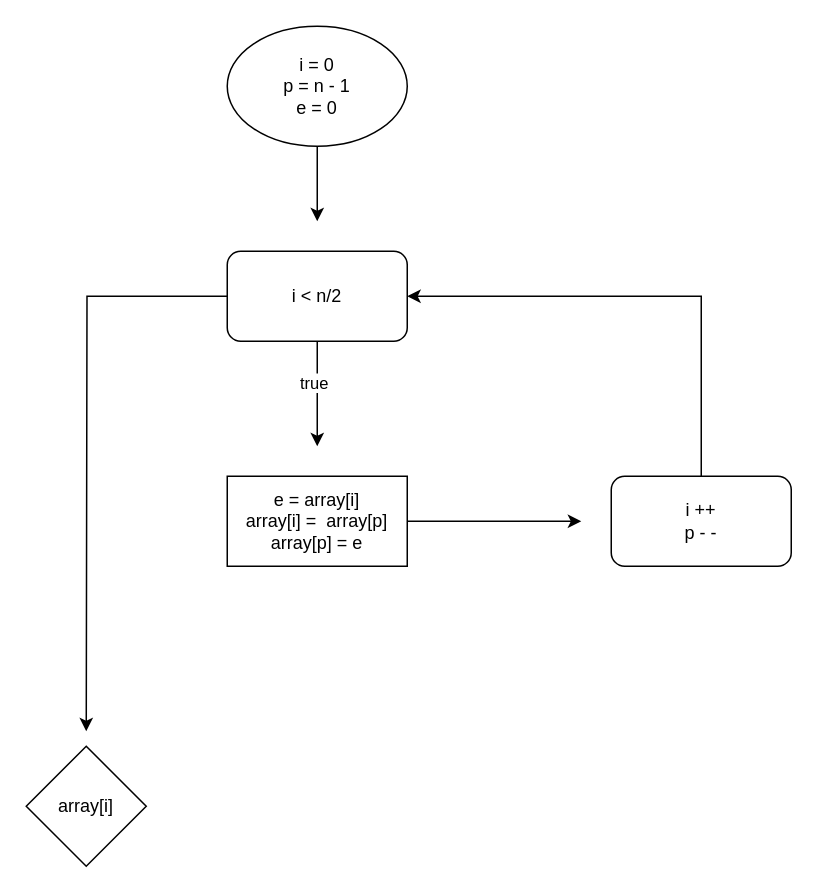
junHyeokP/Algorithm keeps this draw.io diagram as 제목 없는 다이어그램.drawio. Above is the earlier version. Source tidied: cells renumbered, new cells numbered last; positions are measured from the earlier drawing's top-left corner, leaving out a move shared by most shapes. Both pictures are drawn from the tidied source at 150%, with x=0, y=0 at pixel (26, 26).
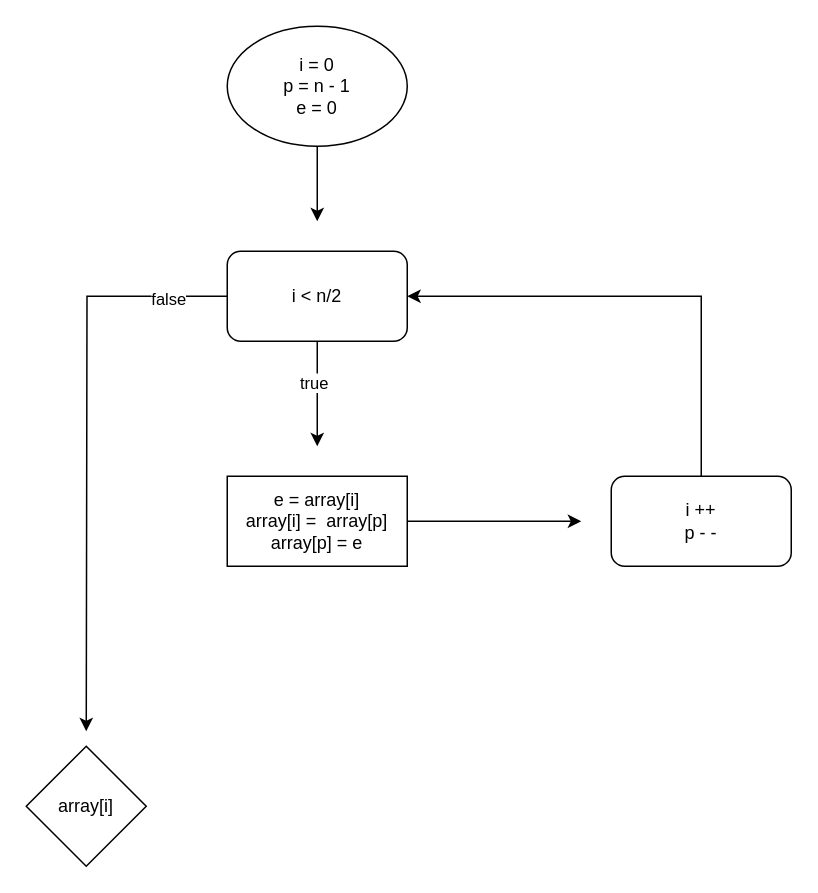
The same page after the edit.

What changed in the source:
```diff
@@
 <mxGraphModel>
   <root>
     <mxCell id="0" />
     <mxCell id="1" parent="0" />
     <mxCell id="2" style="edgeStyle=orthogonalEdgeStyle;rounded=0;jettySize=auto;html=1;exitX=0.5;exitY=1;exitDx=0;exitDy=0;" parent="1" edge="1" source="3">
       <mxGeometry relative="1" as="geometry">
         <mxPoint x="194" y="130" as="targetPoint" />
       </mxGeometry>
     </mxCell>
     <mxCell id="3" value="&lt;div&gt;i = 0&lt;/div&gt;&lt;div&gt;p = n - 1&lt;/div&gt;&lt;div&gt;e = 0&lt;/div&gt;" style="ellipse;whiteSpace=wrap;html=1;" parent="1" vertex="1">
       <mxGeometry x="134" width="120" height="80" as="geometry" />
     </mxCell>
     <mxCell id="4" style="edgeStyle=orthogonalEdgeStyle;rounded=0;jettySize=auto;html=1;exitX=0.5;exitY=1;exitDx=0;exitDy=0;" parent="1" edge="1" source="7">
       <mxGeometry relative="1" as="geometry">
         <mxPoint x="194" y="280" as="targetPoint" />
       </mxGeometry>
     </mxCell>
     <mxCell id="5" value="true" style="edgeLabel;html=1;align=center;verticalAlign=middle;" parent="4" vertex="1">
       <mxGeometry x="-0.23" y="-3" relative="1" as="geometry" />
     </mxCell>
     <mxCell id="6" style="edgeStyle=orthogonalEdgeStyle;rounded=0;jettySize=auto;html=1;exitX=0;exitY=0.5;exitDx=0;exitDy=0;" parent="1" edge="1" source="7">
       <mxGeometry relative="1" as="geometry">
         <mxPoint x="40" y="470" as="targetPoint" />
       </mxGeometry>
     </mxCell>
+    <mxCell id="13" value="false" style="edgeLabel;html=1;align=center;verticalAlign=middle;" parent="6" vertex="1">
+      <mxGeometry x="-0.79" y="1" relative="1" as="geometry" />
+    </mxCell>
     <mxCell id="7" value="i &amp;lt; n/2" style="rounded=1;whiteSpace=wrap;html=1;" parent="1" vertex="1">
       <mxGeometry x="134" y="150" width="120" height="60" as="geometry" />
     </mxCell>
     <mxCell id="8" style="edgeStyle=orthogonalEdgeStyle;rounded=0;jettySize=auto;html=1;exitX=1;exitY=0.5;exitDx=0;exitDy=0;" parent="1" edge="1" source="9">
       <mxGeometry relative="1" as="geometry">
         <mxPoint x="370" y="330" as="targetPoint" />
       </mxGeometry>
     </mxCell>
     <mxCell id="9" value="e = array[i]&lt;div&gt;array[i] =&amp;nbsp; array[p]&lt;/div&gt;&lt;div&gt;array[p] = e&lt;/div&gt;" style="rounded=0;whiteSpace=wrap;html=1;" parent="1" vertex="1">
       <mxGeometry x="134" y="300" width="120" height="60" as="geometry" />
     </mxCell>
     <mxCell id="10" style="edgeStyle=orthogonalEdgeStyle;rounded=0;jettySize=auto;html=1;exitX=0.5;exitY=0;exitDx=0;exitDy=0;entryX=1;entryY=0.5;entryDx=0;entryDy=0;" parent="1" edge="1" source="11" target="7">
       <mxGeometry relative="1" as="geometry" />
     </mxCell>
     <mxCell id="11" value="i ++&lt;div&gt;p - -&lt;/div&gt;" style="rounded=1;whiteSpace=wrap;html=1;" parent="1" vertex="1">
       <mxGeometry x="390" y="300" width="120" height="60" as="geometry" />
     </mxCell>
     <mxCell id="12" value="array[i]" style="rhombus;whiteSpace=wrap;html=1;" parent="1" vertex="1">
       <mxGeometry y="480" width="80" height="80" as="geometry" />
     </mxCell>
   </root>
 </mxGraphModel>
```
